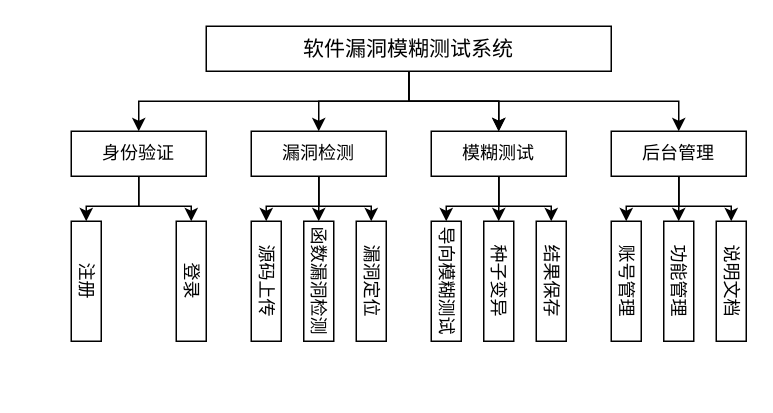
Before: 模块组成.drawio in Adam-01/diagrams, a draw.io diagram. Source tidied: cells renumbered, new cells numbered last; positions are measured from the earlier drawing's top-left corner, leaving out a move shared by most shapes. Both pictures are drawn from the tidied source at 150%, with x=0, y=0 at pixel (26, 26).
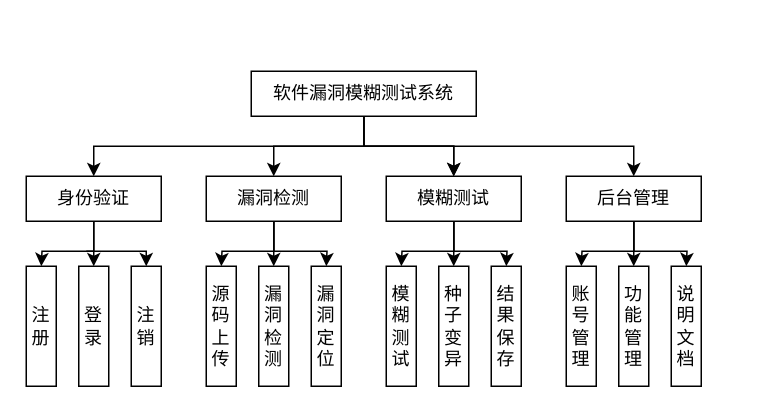
The same diagram, later.

Commit message (it also covers changes not shown here):
更新模块组成.drawio

Diff of the diagram source:
```diff
@@
     <mxCell id="2" style="edgeStyle=orthogonalEdgeStyle;rounded=0;jettySize=auto;html=1;fontFamily=宋体;fillColor=none;" parent="1" edge="1" source="7" target="18">
-      <mxGeometry relative="1" as="geometry" />
+      <mxGeometry relative="1" as="geometry">
+        <Array as="points">
+          <mxPoint x="225" y="80" />
+          <mxPoint x="285" y="80" />
+        </Array>
+      </mxGeometry>
     </mxCell>
     <mxCell id="3" style="edgeStyle=orthogonalEdgeStyle;rounded=0;jettySize=auto;html=1;fontFamily=宋体;fillColor=none;" parent="1" edge="1" source="7" target="18">
-      <mxGeometry relative="1" as="geometry" />
+      <mxGeometry relative="1" as="geometry">
+        <Array as="points">
+          <mxPoint x="225" y="80" />
+          <mxPoint x="285" y="80" />
+        </Array>
+      </mxGeometry>
     </mxCell>
     <mxCell id="4" style="edgeStyle=orthogonalEdgeStyle;rounded=0;jettySize=auto;html=1;entryX=0.5;entryY=0;entryDx=0;entryDy=0;fontFamily=宋体;fillColor=none;" parent="1" edge="1" source="7" target="14">
-      <mxGeometry relative="1" as="geometry" />
+      <mxGeometry relative="1" as="geometry">
+        <Array as="points">
+          <mxPoint x="225" y="80" />
+          <mxPoint x="165" y="80" />
+        </Array>
+      </mxGeometry>
     </mxCell>
     <mxCell id="5" style="edgeStyle=orthogonalEdgeStyle;rounded=0;jettySize=auto;html=1;entryX=0.5;entryY=0;entryDx=0;entryDy=0;fontFamily=宋体;fillColor=none;" parent="1" edge="1" source="7" target="10">
-      <mxGeometry relative="1" as="geometry" />
+      <mxGeometry relative="1" as="geometry">
+        <Array as="points">
+          <mxPoint x="225" y="80" />
+          <mxPoint x="45" y="80" />
+        </Array>
+      </mxGeometry>
     </mxCell>
     <mxCell id="6" style="edgeStyle=orthogonalEdgeStyle;rounded=0;jettySize=auto;html=1;fontFamily=宋体;fillColor=none;" parent="1" edge="1" source="7" target="22">
-      <mxGeometry relative="1" as="geometry" />
+      <mxGeometry relative="1" as="geometry">
+        <Array as="points">
+          <mxPoint x="225" y="80" />
+          <mxPoint x="405" y="80" />
+        </Array>
+      </mxGeometry>
     </mxCell>
-    <mxCell id="7" value="&lt;font style=&quot;font-size: 14px;&quot;&gt;软件漏洞模糊测试系统&lt;/font&gt;" style="rounded=0;whiteSpace=wrap;html=1;fontFamily=宋体;fillColor=none;" parent="1" vertex="1">
-      <mxGeometry x="120" width="270" height="30" as="geometry" />
+    <mxCell id="7" value="&lt;font style=&quot;font-size: 12px;&quot;&gt;软件漏洞模糊测试系统&lt;/font&gt;" style="rounded=0;whiteSpace=wrap;html=1;fontFamily=宋体;fillColor=none;" parent="1" vertex="1">
+      <mxGeometry x="150" y="30" width="150" height="30" as="geometry" />
     </mxCell>
-    <mxCell id="8" style="edgeStyle=orthogonalEdgeStyle;rounded=0;jettySize=auto;html=1;entryX=0;entryY=0.5;entryDx=0;entryDy=0;fontFamily=宋体;fillColor=none;" parent="1" edge="1" source="10" target="23">
-      <mxGeometry relative="1" as="geometry" />
+    <mxCell id="8" style="edgeStyle=orthogonalEdgeStyle;rounded=0;jettySize=auto;html=1;entryX=0;entryY=0.5;entryDx=0;entryDy=0;fontFamily=宋体;fillColor=none;" parent="1" edge="1" source="10">
+      <mxGeometry relative="1" as="geometry">
+        <mxPoint x="10" y="160" as="targetPoint" />
+      </mxGeometry>
     </mxCell>
-    <mxCell id="9" style="edgeStyle=orthogonalEdgeStyle;rounded=0;jettySize=auto;html=1;entryX=0;entryY=0.5;entryDx=0;entryDy=0;fontFamily=宋体;fillColor=none;" parent="1" edge="1" source="10" target="24">
+    <mxCell id="9" style="edgeStyle=orthogonalEdgeStyle;rounded=0;jettySize=auto;html=1;entryX=0.5;entryY=0;entryDx=0;entryDy=0;fontFamily=宋体;fillColor=none;" parent="1" edge="1" source="10" target="24">
       <mxGeometry relative="1" as="geometry" />
     </mxCell>
     <mxCell id="10" value="身份验证" style="rounded=0;whiteSpace=wrap;html=1;fontFamily=宋体;fillColor=none;" parent="1" vertex="1">
-      <mxGeometry x="30" y="70" width="90" height="30" as="geometry" />
+      <mxGeometry y="100" width="90" height="30" as="geometry" />
     </mxCell>
-    <mxCell id="11" style="edgeStyle=orthogonalEdgeStyle;rounded=0;jettySize=auto;html=1;entryX=0;entryY=0.5;entryDx=0;entryDy=0;fontFamily=宋体;fillColor=none;" parent="1" edge="1" source="14" target="25">
-      <mxGeometry relative="1" as="geometry" />
+    <mxCell id="11" style="edgeStyle=orthogonalEdgeStyle;rounded=0;jettySize=auto;html=1;entryX=0;entryY=0.5;entryDx=0;entryDy=0;fontFamily=宋体;fillColor=none;" parent="1" edge="1" source="14">
+      <mxGeometry relative="1" as="geometry">
+        <mxPoint x="130" y="160" as="targetPoint" />
+      </mxGeometry>
     </mxCell>
-    <mxCell id="12" style="edgeStyle=orthogonalEdgeStyle;rounded=0;jettySize=auto;html=1;fontFamily=宋体;fillColor=none;" parent="1" edge="1" source="14" target="26">
-      <mxGeometry relative="1" as="geometry" />
+    <mxCell id="12" style="edgeStyle=orthogonalEdgeStyle;rounded=0;jettySize=auto;html=1;fontFamily=宋体;fillColor=none;" parent="1" edge="1" source="14">
+      <mxGeometry relative="1" as="geometry">
+        <mxPoint x="165" y="160" as="targetPoint" />
+      </mxGeometry>
     </mxCell>
-    <mxCell id="13" style="edgeStyle=orthogonalEdgeStyle;rounded=0;jettySize=auto;html=1;entryX=0;entryY=0.5;entryDx=0;entryDy=0;fontFamily=宋体;fillColor=none;" parent="1" edge="1" source="14" target="27">
-      <mxGeometry relative="1" as="geometry" />
+    <mxCell id="13" style="edgeStyle=orthogonalEdgeStyle;rounded=0;jettySize=auto;html=1;entryX=0;entryY=0.5;entryDx=0;entryDy=0;fontFamily=宋体;fillColor=none;" parent="1" edge="1" source="14">
+      <mxGeometry relative="1" as="geometry">
+        <mxPoint x="200" y="160" as="targetPoint" />
+      </mxGeometry>
     </mxCell>
     <mxCell id="14" value="漏洞检测" style="rounded=0;whiteSpace=wrap;html=1;fontFamily=宋体;fillColor=none;" parent="1" vertex="1">
-      <mxGeometry x="150" y="70" width="90" height="30" as="geometry" />
+      <mxGeometry x="120" y="100" width="90" height="30" as="geometry" />
     </mxCell>
-    <mxCell id="15" style="edgeStyle=orthogonalEdgeStyle;rounded=0;jettySize=auto;html=1;fontFamily=宋体;fillColor=none;" parent="1" edge="1" source="18" target="30">
-      <mxGeometry relative="1" as="geometry" />
+    <mxCell id="15" style="edgeStyle=orthogonalEdgeStyle;rounded=0;jettySize=auto;html=1;fontFamily=宋体;fillColor=none;" parent="1" edge="1" source="18">
+      <mxGeometry relative="1" as="geometry">
+        <mxPoint x="320" y="160" as="targetPoint" />
+      </mxGeometry>
     </mxCell>
-    <mxCell id="16" style="edgeStyle=orthogonalEdgeStyle;rounded=0;jettySize=auto;html=1;entryX=0;entryY=0.5;entryDx=0;entryDy=0;fontFamily=宋体;fillColor=none;" parent="1" edge="1" source="18" target="29">
-      <mxGeometry relative="1" as="geometry" />
+    <mxCell id="16" style="edgeStyle=orthogonalEdgeStyle;rounded=0;jettySize=auto;html=1;entryX=0;entryY=0.5;entryDx=0;entryDy=0;fontFamily=宋体;fillColor=none;" parent="1" edge="1" source="18">
+      <mxGeometry relative="1" as="geometry">
+        <mxPoint x="285" y="160" as="targetPoint" />
+      </mxGeometry>
     </mxCell>
-    <mxCell id="17" style="edgeStyle=orthogonalEdgeStyle;rounded=0;jettySize=auto;html=1;entryX=0;entryY=0.5;entryDx=0;entryDy=0;fontFamily=宋体;fillColor=none;" parent="1" edge="1" source="18" target="28">
-      <mxGeometry relative="1" as="geometry" />
+    <mxCell id="17" style="edgeStyle=orthogonalEdgeStyle;rounded=0;jettySize=auto;html=1;entryX=0;entryY=0.5;entryDx=0;entryDy=0;fontFamily=宋体;fillColor=none;" parent="1" edge="1" source="18">
+      <mxGeometry relative="1" as="geometry">
+        <mxPoint x="250" y="160" as="targetPoint" />
+      </mxGeometry>
     </mxCell>
     <mxCell id="18" value="模糊测试" style="rounded=0;whiteSpace=wrap;html=1;fontFamily=宋体;fillColor=none;" parent="1" vertex="1">
-      <mxGeometry x="270" y="70" width="90" height="30" as="geometry" />
+      <mxGeometry x="240" y="100" width="90" height="30" as="geometry" />
     </mxCell>
-    <mxCell id="19" style="edgeStyle=orthogonalEdgeStyle;rounded=0;jettySize=auto;html=1;fontFamily=宋体;fillColor=none;" parent="1" edge="1" source="22" target="32">
-      <mxGeometry relative="1" as="geometry" />
+    <mxCell id="19" style="edgeStyle=orthogonalEdgeStyle;rounded=0;jettySize=auto;html=1;fontFamily=宋体;fillColor=none;" parent="1" edge="1" source="22">
+      <mxGeometry relative="1" as="geometry">
+        <mxPoint x="405" y="160" as="targetPoint" />
+      </mxGeometry>
     </mxCell>
-    <mxCell id="20" style="edgeStyle=orthogonalEdgeStyle;rounded=0;jettySize=auto;html=1;entryX=0;entryY=0.5;entryDx=0;entryDy=0;fontFamily=宋体;fillColor=none;" parent="1" edge="1" source="22" target="33">
-      <mxGeometry relative="1" as="geometry" />
+    <mxCell id="20" style="edgeStyle=orthogonalEdgeStyle;rounded=0;jettySize=auto;html=1;entryX=0;entryY=0.5;entryDx=0;entryDy=0;fontFamily=宋体;fillColor=none;" parent="1" edge="1" source="22">
+      <mxGeometry relative="1" as="geometry">
+        <mxPoint x="440" y="160" as="targetPoint" />
+      </mxGeometry>
     </mxCell>
-    <mxCell id="21" style="edgeStyle=orthogonalEdgeStyle;rounded=0;jettySize=auto;html=1;entryX=0;entryY=0.5;entryDx=0;entryDy=0;fontFamily=宋体;fillColor=none;" parent="1" edge="1" source="22" target="31">
-      <mxGeometry relative="1" as="geometry" />
+    <mxCell id="21" style="edgeStyle=orthogonalEdgeStyle;rounded=0;jettySize=auto;html=1;entryX=0;entryY=0.5;entryDx=0;entryDy=0;fontFamily=宋体;fillColor=none;" parent="1" edge="1" source="22">
+      <mxGeometry relative="1" as="geometry">
+        <mxPoint x="370" y="160" as="targetPoint" />
+      </mxGeometry>
     </mxCell>
     <mxCell id="22" value="后台管理" style="rounded=0;whiteSpace=wrap;html=1;fontFamily=宋体;fillColor=none;" parent="1" vertex="1">
-      <mxGeometry x="390" y="70" width="90" height="30" as="geometry" />
+      <mxGeometry x="360" y="100" width="90" height="30" as="geometry" />
     </mxCell>
+    <mxCell id="24" value="登录" style="rounded=0;whiteSpace=wrap;html=1;rotation=0;fontFamily=宋体;fillColor=none;" parent="1" vertex="1">
+      <mxGeometry x="35" y="160" width="20" height="80" as="geometry" />
+    </mxCell>
+    <mxCell id="34" style="edgeStyle=orthogonalEdgeStyle;rounded=0;orthogonalLoop=1;jettySize=auto;html=1;entryX=0;entryY=0.5;entryDx=0;entryDy=0;fontFamily=宋体;fillColor=none;" parent="1" edge="1">
+      <mxGeometry relative="1" as="geometry">
+        <mxPoint x="40" y="150" as="sourcePoint" />
+        <mxPoint x="80" y="160" as="targetPoint" />
+        <Array as="points">
+          <mxPoint x="80" y="150" />
+        </Array>
+      </mxGeometry>
+    </mxCell>
-    <mxCell id="23" value="注册" style="rounded=0;whiteSpace=wrap;html=1;rotation=90;fontFamily=宋体;fillColor=none;" parent="1" vertex="1">
-      <mxGeometry y="160" width="80" height="20" as="geometry" />
+    <mxCell id="23" value="注册" style="rounded=0;rotation=0;fontFamily=宋体;fillColor=none;direction=east;flipH=1;flipV=1;textDirection=ltr;whiteSpace=wrap;html=1;" parent="1" vertex="1">
+      <mxGeometry y="160" width="20" height="80" as="geometry" />
     </mxCell>
-    <mxCell id="24" value="登录" style="rounded=0;whiteSpace=wrap;html=1;rotation=90;fontFamily=宋体;fillColor=none;" parent="1" vertex="1">
-      <mxGeometry x="70" y="160" width="80" height="20" as="geometry" />
-    </mxCell>
+    <mxCell id="35" value="注销" style="rounded=0;whiteSpace=wrap;html=1;rotation=0;fontFamily=宋体;fillColor=none;" parent="1" vertex="1">
+      <mxGeometry x="70" y="160" width="20" height="80" as="geometry" />
+    </mxCell>
-    <mxCell id="25" value="源码上传" style="rounded=0;whiteSpace=wrap;html=1;rotation=90;fontFamily=宋体;fillColor=none;" parent="1" vertex="1">
-      <mxGeometry x="120" y="160" width="80" height="20" as="geometry" />
+    <mxCell id="25" value="源码上传" style="rounded=0;rotation=0;fontFamily=宋体;fillColor=none;direction=east;flipH=1;flipV=1;textDirection=ltr;whiteSpace=wrap;html=1;" parent="1" vertex="1">
+      <mxGeometry x="120" y="160" width="20" height="80" as="geometry" />
     </mxCell>
-    <mxCell id="26" value="函数漏洞检测" style="rounded=0;whiteSpace=wrap;html=1;rotation=90;fontFamily=宋体;fillColor=none;" parent="1" vertex="1">
-      <mxGeometry x="155" y="160" width="80" height="20" as="geometry" />
-    </mxCell>
+    <mxCell id="36" value="&lt;font style=&quot;font-size: 12px;&quot;&gt;漏洞检测&lt;/font&gt;" style="rounded=0;rotation=0;fontFamily=宋体;fillColor=none;direction=east;flipH=1;flipV=1;textDirection=ltr;whiteSpace=wrap;html=1;" parent="1" vertex="1">
+      <mxGeometry x="155" y="160" width="20" height="80" as="geometry" />
+    </mxCell>
-    <mxCell id="27" value="漏洞定位" style="rounded=0;whiteSpace=wrap;html=1;rotation=90;fontFamily=宋体;fillColor=none;" parent="1" vertex="1">
-      <mxGeometry x="190" y="160" width="80" height="20" as="geometry" />
+    <mxCell id="27" value="漏洞定位" style="rounded=0;rotation=0;fontFamily=宋体;fillColor=none;direction=east;flipH=1;flipV=1;textDirection=ltr;whiteSpace=wrap;html=1;" parent="1" vertex="1">
+      <mxGeometry x="190" y="160" width="20" height="80" as="geometry" />
     </mxCell>
-    <mxCell id="28" value="导向模糊测试" style="rounded=0;whiteSpace=wrap;html=1;rotation=90;fontFamily=宋体;fillColor=none;" parent="1" vertex="1">
-      <mxGeometry x="240" y="160" width="80" height="20" as="geometry" />
-    </mxCell>
+    <mxCell id="37" value="模糊测试" style="rounded=0;rotation=0;fontFamily=宋体;fillColor=none;direction=east;flipH=1;flipV=1;textDirection=ltr;whiteSpace=wrap;html=1;" parent="1" vertex="1">
+      <mxGeometry x="240" y="160" width="20" height="80" as="geometry" />
+    </mxCell>
-    <mxCell id="29" value="种子变异" style="rounded=0;whiteSpace=wrap;html=1;rotation=90;fontFamily=宋体;fillColor=none;" parent="1" vertex="1">
-      <mxGeometry x="275" y="160" width="80" height="20" as="geometry" />
+    <mxCell id="29" value="种子变异" style="rounded=0;rotation=0;fontFamily=宋体;fillColor=none;direction=east;flipH=1;flipV=1;textDirection=ltr;whiteSpace=wrap;html=1;" parent="1" vertex="1">
+      <mxGeometry x="275" y="160" width="20" height="80" as="geometry" />
     </mxCell>
-    <mxCell id="30" value="结果保存" style="rounded=0;whiteSpace=wrap;html=1;rotation=90;fontFamily=宋体;fillColor=none;" parent="1" vertex="1">
-      <mxGeometry x="310" y="160" width="80" height="20" as="geometry" />
+    <mxCell id="30" value="结果保存" style="rounded=0;rotation=0;fontFamily=宋体;fillColor=none;direction=east;flipH=1;flipV=1;textDirection=ltr;whiteSpace=wrap;html=1;" parent="1" vertex="1">
+      <mxGeometry x="310" y="160" width="20" height="80" as="geometry" />
     </mxCell>
-    <mxCell id="31" value="账号管理" style="rounded=0;whiteSpace=wrap;html=1;rotation=90;fontFamily=宋体;fillColor=none;" parent="1" vertex="1">
-      <mxGeometry x="360" y="160" width="80" height="20" as="geometry" />
+    <mxCell id="31" value="账号管理" style="rounded=0;rotation=0;fontFamily=宋体;fillColor=none;direction=east;flipH=1;flipV=1;textDirection=ltr;whiteSpace=wrap;html=1;" parent="1" vertex="1">
+      <mxGeometry x="360" y="160" width="20" height="80" as="geometry" />
     </mxCell>
-    <mxCell id="32" value="功能管理" style="rounded=0;whiteSpace=wrap;html=1;rotation=90;fontFamily=宋体;fillColor=none;" parent="1" vertex="1">
-      <mxGeometry x="395" y="160" width="80" height="20" as="geometry" />
+    <mxCell id="32" value="功能管理" style="rounded=0;rotation=0;fontFamily=宋体;fillColor=none;direction=east;flipH=1;flipV=1;textDirection=ltr;whiteSpace=wrap;html=1;" parent="1" vertex="1">
+      <mxGeometry x="395" y="160" width="20" height="80" as="geometry" />
     </mxCell>
-    <mxCell id="33" value="说明文档" style="rounded=0;whiteSpace=wrap;html=1;rotation=90;fontFamily=宋体;fillColor=none;" parent="1" vertex="1">
-      <mxGeometry x="430" y="160" width="80" height="20" as="geometry" />
+    <mxCell id="33" value="说明文档" style="rounded=0;rotation=0;fontFamily=宋体;fillColor=none;direction=east;flipH=1;flipV=1;textDirection=ltr;whiteSpace=wrap;html=1;" parent="1" vertex="1">
+      <mxGeometry x="430" y="160" width="20" height="80" as="geometry" />
     </mxCell>
```
